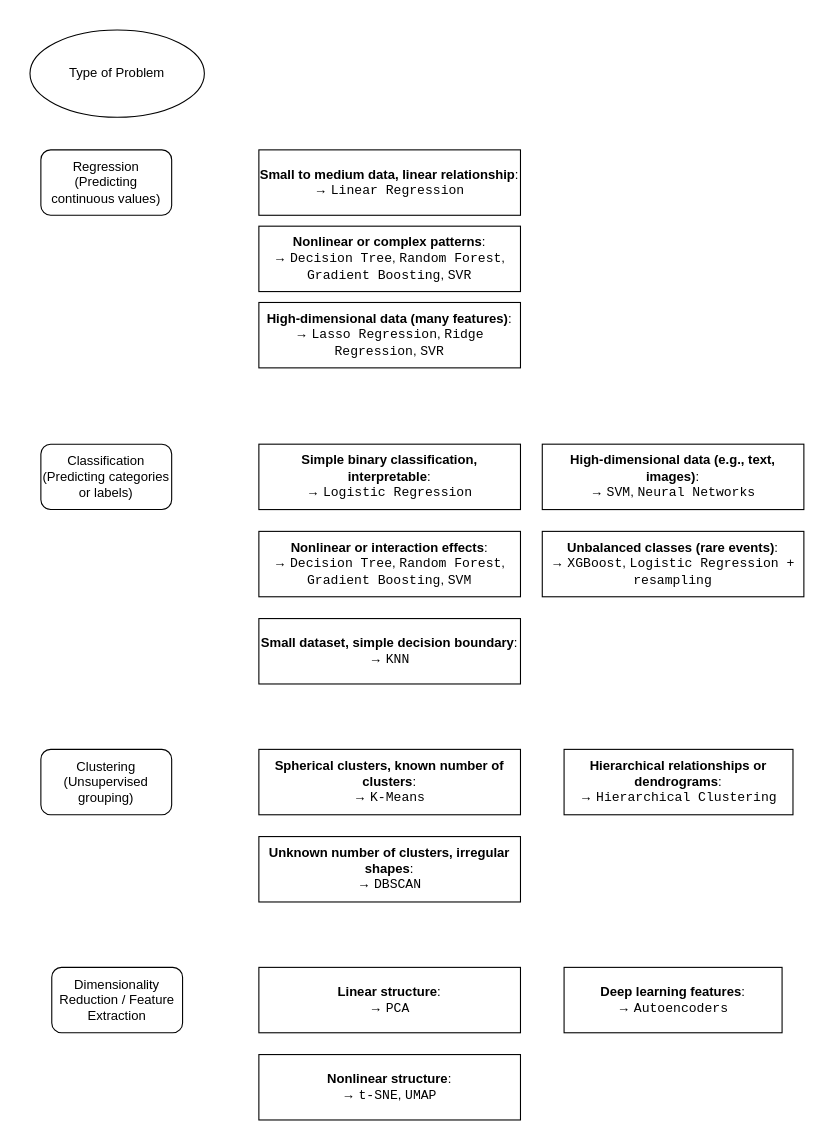
This is page "Page-13" (12 of 12) of Untitled Diagram.drawio from robinyang414/Book, a draw.io file, before an edit. Source tidied: cells renumbered, new cells numbered last; positions are measured from the earlier drawing's top-left corner, leaving out a move shared by most shapes. Both pictures are drawn from the tidied source at 109%, with x=0, y=0 at pixel (29, 29).
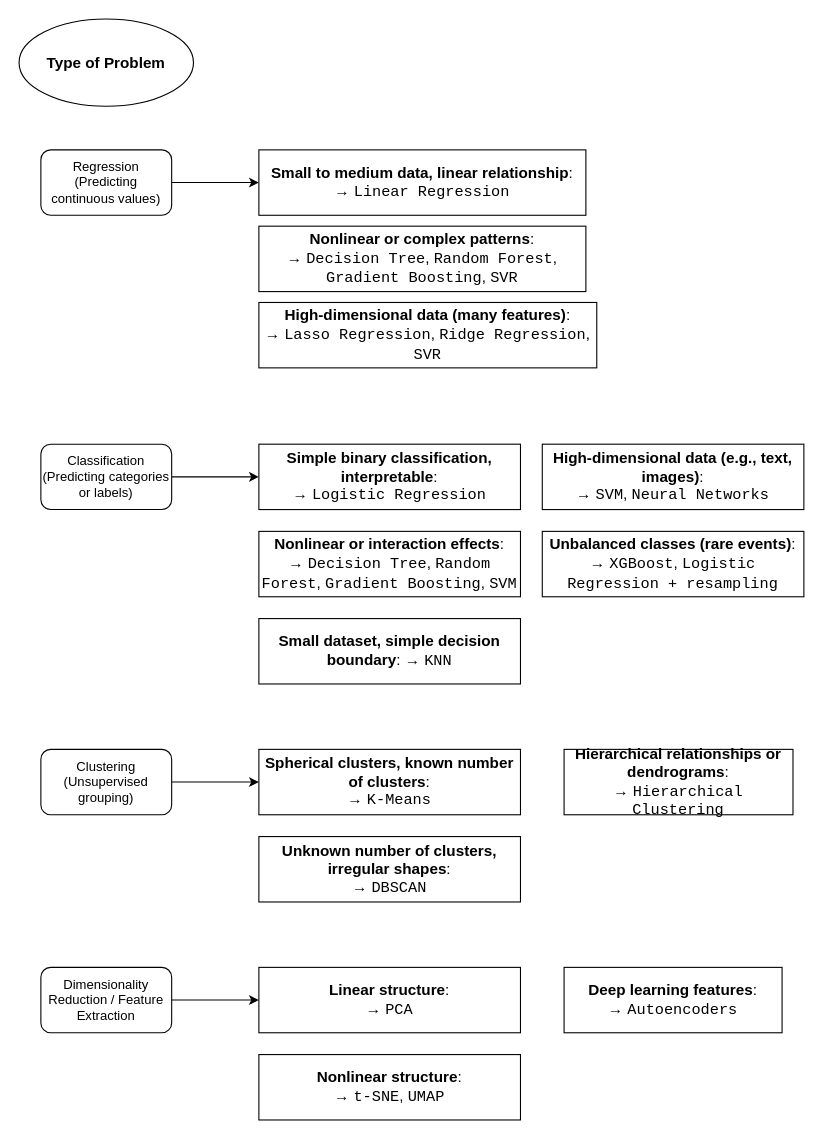
After the change.

Unchanged cells that the change refers to:
```xml
<mxCell id="2" value="Regression (Predicting continuous values)" style="rounded=1;whiteSpace=wrap;html=1;" parent="1" vertex="1">
  <mxGeometry x="10" y="110" width="120" height="60" as="geometry" />
</mxCell>
<mxCell id="3" value="Classification (Predicting categories or labels)" style="rounded=1;whiteSpace=wrap;html=1;" parent="1" vertex="1">
  <mxGeometry x="10" y="380" width="120" height="60" as="geometry" />
</mxCell>
<mxCell id="4" value="Clustering (Unsupervised grouping)" style="rounded=1;whiteSpace=wrap;html=1;" parent="1" vertex="1">
  <mxGeometry x="10" y="660" width="120" height="60" as="geometry" />
</mxCell>
```

Change to the diagram source:
```diff
@@
+    <mxCell id="21" style="edgeStyle=orthogonalEdgeStyle;rounded=0;jettySize=auto;html=1;exitX=1;exitY=0.5;exitDx=0;exitDy=0;entryX=0;entryY=0.5;entryDx=0;entryDy=0;" parent="1" edge="1" source="2" target="7">
+      <mxGeometry relative="1" as="geometry" />
+    </mxCell>
@@
+    <mxCell id="22" style="edgeStyle=orthogonalEdgeStyle;rounded=0;jettySize=auto;html=1;exitX=1;exitY=0.5;exitDx=0;exitDy=0;entryX=0;entryY=0.5;entryDx=0;entryDy=0;" parent="1" edge="1" source="3" target="10">
+      <mxGeometry relative="1" as="geometry" />
+    </mxCell>
@@
+    <mxCell id="23" style="edgeStyle=orthogonalEdgeStyle;rounded=0;jettySize=auto;html=1;exitX=1;exitY=0.5;exitDx=0;exitDy=0;entryX=0;entryY=0.5;entryDx=0;entryDy=0;" parent="1" edge="1" source="4" target="15">
+      <mxGeometry relative="1" as="geometry" />
+    </mxCell>
@@
-    <mxCell id="5" value="Type of Problem" style="ellipse;whiteSpace=wrap;html=1;" parent="1" vertex="1">
-      <mxGeometry width="160" height="80" as="geometry" />
+    <mxCell id="5" value="&lt;font style=&quot;font-size: 14px;&quot;&gt;&lt;b&gt;Type of Problem&lt;/b&gt;&lt;/font&gt;" style="ellipse;whiteSpace=wrap;html=1;" parent="1" vertex="1">
+      <mxGeometry x="-10" y="-10" width="160" height="80" as="geometry" />
     </mxCell>
+    <mxCell id="24" style="edgeStyle=orthogonalEdgeStyle;rounded=0;jettySize=auto;html=1;exitX=1;exitY=0.5;exitDx=0;exitDy=0;entryX=0;entryY=0.5;entryDx=0;entryDy=0;" parent="1" edge="1" source="6" target="18">
+      <mxGeometry relative="1" as="geometry" />
+    </mxCell>
     <mxCell id="6" value="Dimensionality Reduction / Feature Extraction" style="rounded=1;whiteSpace=wrap;html=1;" parent="1" vertex="1">
-      <mxGeometry x="20" y="860" width="120" height="60" as="geometry" />
+      <mxGeometry x="10" y="860" width="120" height="60" as="geometry" />
     </mxCell>
-    <mxCell id="7" value="&lt;strong&gt;Small to medium data, linear relationship&lt;/strong&gt;:&lt;br&gt;→ &lt;code&gt;Linear Regression&lt;/code&gt;" style="rounded=0;whiteSpace=wrap;html=1;" parent="1" vertex="1">
-      <mxGeometry x="210" y="110" width="240" height="60" as="geometry" />
+    <mxCell id="7" value="&lt;font face=&quot;Helvetica&quot; style=&quot;font-size: 14px;&quot;&gt;&lt;strong style=&quot;&quot;&gt;Small to medium data, linear relationship&lt;/strong&gt;:&lt;br&gt;→ &lt;code style=&quot;&quot;&gt;Linear Regression&lt;/code&gt;&lt;/font&gt;" style="rounded=0;whiteSpace=wrap;html=1;" parent="1" vertex="1">
+      <mxGeometry x="210" y="110" width="300" height="60" as="geometry" />
     </mxCell>
-    <mxCell id="8" value="&lt;strong&gt;Nonlinear or complex patterns&lt;/strong&gt;:&lt;br&gt;→ &lt;code&gt;Decision Tree&lt;/code&gt;, &lt;code&gt;Random Forest&lt;/code&gt;, &lt;code&gt;Gradient Boosting&lt;/code&gt;, &lt;code&gt;SVR&lt;/code&gt;" style="rounded=0;whiteSpace=wrap;html=1;" parent="1" vertex="1">
-      <mxGeometry x="210" y="180" width="240" height="60" as="geometry" />
+    <mxCell id="8" value="&lt;font style=&quot;font-size: 14px;&quot;&gt;&lt;strong&gt;Nonlinear or complex patterns&lt;/strong&gt;:&lt;br&gt;→ &lt;code&gt;Decision Tree&lt;/code&gt;, &lt;code&gt;Random Forest&lt;/code&gt;, &lt;code&gt;Gradient Boosting&lt;/code&gt;, &lt;code&gt;SVR&lt;/code&gt;&lt;/font&gt;" style="rounded=0;whiteSpace=wrap;html=1;" parent="1" vertex="1">
+      <mxGeometry x="210" y="180" width="300" height="60" as="geometry" />
     </mxCell>
-    <mxCell id="9" value="&lt;strong&gt;High-dimensional data (many features)&lt;/strong&gt;:&lt;br&gt;→ &lt;code&gt;Lasso Regression&lt;/code&gt;, &lt;code&gt;Ridge Regression&lt;/code&gt;, &lt;code&gt;SVR&lt;/code&gt;" style="rounded=0;whiteSpace=wrap;html=1;" parent="1" vertex="1">
-      <mxGeometry x="210" y="250" width="240" height="60" as="geometry" />
+    <mxCell id="9" value="&lt;font style=&quot;font-size: 14px;&quot;&gt;&lt;strong&gt;High-dimensional data (many features)&lt;/strong&gt;:&lt;br&gt;→ &lt;code&gt;Lasso Regression&lt;/code&gt;, &lt;code&gt;Ridge Regression&lt;/code&gt;, &lt;code&gt;SVR&lt;/code&gt;&lt;/font&gt;" style="rounded=0;whiteSpace=wrap;html=1;" parent="1" vertex="1">
+      <mxGeometry x="210" y="250" width="310" height="60" as="geometry" />
     </mxCell>
-    <mxCell id="10" value="&lt;strong&gt;Simple binary classification, interpretable&lt;/strong&gt;:&lt;br&gt;→ &lt;code&gt;Logistic Regression&lt;/code&gt;" style="rounded=0;whiteSpace=wrap;html=1;" parent="1" vertex="1">
+    <mxCell id="10" value="&lt;font style=&quot;font-size: 14px;&quot;&gt;&lt;strong&gt;Simple binary classification, interpretable&lt;/strong&gt;:&lt;br&gt;→ &lt;code&gt;Logistic Regression&lt;/code&gt;&lt;/font&gt;" style="rounded=0;whiteSpace=wrap;html=1;" parent="1" vertex="1">
       <mxGeometry x="210" y="380" width="240" height="60" as="geometry" />
     </mxCell>
-    <mxCell id="11" value="&lt;strong&gt;Nonlinear or interaction effects&lt;/strong&gt;:&lt;br&gt;→ &lt;code&gt;Decision Tree&lt;/code&gt;, &lt;code&gt;Random Forest&lt;/code&gt;, &lt;code&gt;Gradient Boosting&lt;/code&gt;, &lt;code&gt;SVM&lt;/code&gt;" style="rounded=0;whiteSpace=wrap;html=1;" parent="1" vertex="1">
+    <mxCell id="11" value="&lt;font style=&quot;font-size: 14px;&quot;&gt;&lt;strong&gt;Nonlinear or interaction effects&lt;/strong&gt;:&lt;br&gt;→ &lt;code&gt;Decision Tree&lt;/code&gt;, &lt;code&gt;Random Forest&lt;/code&gt;, &lt;code&gt;Gradient Boosting&lt;/code&gt;, &lt;code&gt;SVM&lt;/code&gt;&lt;/font&gt;" style="rounded=0;whiteSpace=wrap;html=1;" parent="1" vertex="1">
       <mxGeometry x="210" y="460" width="240" height="60" as="geometry" />
     </mxCell>
-    <mxCell id="12" value="&lt;strong&gt;Small dataset, simple decision boundary&lt;/strong&gt;:&lt;br&gt;→ &lt;code&gt;KNN&lt;/code&gt;" style="rounded=0;whiteSpace=wrap;html=1;" parent="1" vertex="1">
+    <mxCell id="12" value="&lt;strong&gt;Small dataset, simple decision boundary&lt;/strong&gt;: → &lt;code&gt;KNN&lt;/code&gt;" style="rounded=0;whiteSpace=wrap;html=1;fontSize=14;" parent="1" vertex="1">
       <mxGeometry x="210" y="540" width="240" height="60" as="geometry" />
     </mxCell>
-    <mxCell id="13" value="&lt;strong&gt;High-dimensional data (e.g., text, images)&lt;/strong&gt;:&lt;br&gt;→ &lt;code&gt;SVM&lt;/code&gt;, &lt;code&gt;Neural Networks&lt;/code&gt;" style="rounded=0;whiteSpace=wrap;html=1;" parent="1" vertex="1">
+    <mxCell id="13" value="&lt;font style=&quot;font-size: 14px;&quot;&gt;&lt;strong&gt;High-dimensional data (e.g., text, images)&lt;/strong&gt;:&lt;br&gt;→ &lt;code&gt;SVM&lt;/code&gt;, &lt;code&gt;Neural Networks&lt;/code&gt;&lt;/font&gt;" style="rounded=0;whiteSpace=wrap;html=1;" parent="1" vertex="1">
       <mxGeometry x="470" y="380" width="240" height="60" as="geometry" />
     </mxCell>
-    <mxCell id="14" value="&lt;strong&gt;Unbalanced classes (rare events)&lt;/strong&gt;:&lt;br&gt;→ &lt;code&gt;XGBoost&lt;/code&gt;, &lt;code&gt;Logistic Regression + resampling&lt;/code&gt;" style="rounded=0;whiteSpace=wrap;html=1;" parent="1" vertex="1">
+    <mxCell id="14" value="&lt;strong&gt;Unbalanced classes (rare events)&lt;/strong&gt;:&lt;br&gt;→ &lt;code&gt;XGBoost&lt;/code&gt;, &lt;code&gt;Logistic Regression + resampling&lt;/code&gt;" style="rounded=0;whiteSpace=wrap;html=1;fontSize=14;" parent="1" vertex="1">
       <mxGeometry x="470" y="460" width="240" height="60" as="geometry" />
     </mxCell>
-    <mxCell id="15" value="&lt;strong&gt;Spherical clusters, known number of clusters&lt;/strong&gt;:&lt;br&gt;→ &lt;code&gt;K-Means&lt;/code&gt;" style="rounded=0;whiteSpace=wrap;html=1;" parent="1" vertex="1">
+    <mxCell id="15" value="&lt;strong&gt;Spherical clusters, known number of clusters&lt;/strong&gt;:&lt;br&gt;→ &lt;code&gt;K-Means&lt;/code&gt;" style="rounded=0;whiteSpace=wrap;html=1;fontSize=14;" parent="1" vertex="1">
       <mxGeometry x="210" y="660" width="240" height="60" as="geometry" />
     </mxCell>
-    <mxCell id="16" value="&lt;strong&gt;Unknown number of clusters, irregular shapes&lt;/strong&gt;:&lt;br&gt;→ &lt;code&gt;DBSCAN&lt;/code&gt;" style="rounded=0;whiteSpace=wrap;html=1;" parent="1" vertex="1">
+    <mxCell id="16" value="&lt;strong&gt;Unknown number of clusters, irregular shapes&lt;/strong&gt;:&lt;br&gt;→ &lt;code&gt;DBSCAN&lt;/code&gt;" style="rounded=0;whiteSpace=wrap;html=1;fontSize=14;" parent="1" vertex="1">
       <mxGeometry x="210" y="740" width="240" height="60" as="geometry" />
     </mxCell>
-    <mxCell id="17" value="&lt;strong&gt;Hierarchical relationships or dendrograms&lt;/strong&gt;:&lt;br&gt;→ &lt;code&gt;Hierarchical Clustering&lt;/code&gt;" style="rounded=0;whiteSpace=wrap;html=1;" parent="1" vertex="1">
+    <mxCell id="17" value="&lt;strong&gt;Hierarchical relationships or dendrograms&lt;/strong&gt;:&lt;br&gt;→ &lt;code&gt;Hierarchical Clustering&lt;/code&gt;" style="rounded=0;whiteSpace=wrap;html=1;fontSize=14;" parent="1" vertex="1">
       <mxGeometry x="490" y="660" width="210" height="60" as="geometry" />
     </mxCell>
-    <mxCell id="18" value="&lt;strong&gt;Linear structure&lt;/strong&gt;:&lt;br&gt;→ &lt;code&gt;PCA&lt;/code&gt;" style="rounded=0;whiteSpace=wrap;html=1;" parent="1" vertex="1">
+    <mxCell id="18" value="&lt;strong&gt;Linear structure&lt;/strong&gt;:&lt;br&gt;→ &lt;code&gt;PCA&lt;/code&gt;" style="rounded=0;whiteSpace=wrap;html=1;fontSize=14;" parent="1" vertex="1">
       <mxGeometry x="210" y="860" width="240" height="60" as="geometry" />
     </mxCell>
-    <mxCell id="19" value="&lt;strong&gt;Nonlinear structure&lt;/strong&gt;:&lt;br&gt;→ &lt;code&gt;t-SNE&lt;/code&gt;, &lt;code&gt;UMAP&lt;/code&gt;" style="rounded=0;whiteSpace=wrap;html=1;" parent="1" vertex="1">
+    <mxCell id="19" value="&lt;strong&gt;Nonlinear structure&lt;/strong&gt;:&lt;br&gt;→ &lt;code&gt;t-SNE&lt;/code&gt;, &lt;code&gt;UMAP&lt;/code&gt;" style="rounded=0;whiteSpace=wrap;html=1;fontSize=14;" parent="1" vertex="1">
       <mxGeometry x="210" y="940" width="240" height="60" as="geometry" />
     </mxCell>
-    <mxCell id="20" value="&lt;strong&gt;Deep learning features&lt;/strong&gt;:&lt;br&gt;→ &lt;code&gt;Autoencoders&lt;/code&gt;" style="rounded=0;whiteSpace=wrap;html=1;" parent="1" vertex="1">
+    <mxCell id="20" value="&lt;strong&gt;Deep learning features&lt;/strong&gt;:&lt;br&gt;→ &lt;code&gt;Autoencoders&lt;/code&gt;" style="rounded=0;whiteSpace=wrap;html=1;fontSize=14;" parent="1" vertex="1">
       <mxGeometry x="490" y="860" width="200" height="60" as="geometry" />
     </mxCell>
```
